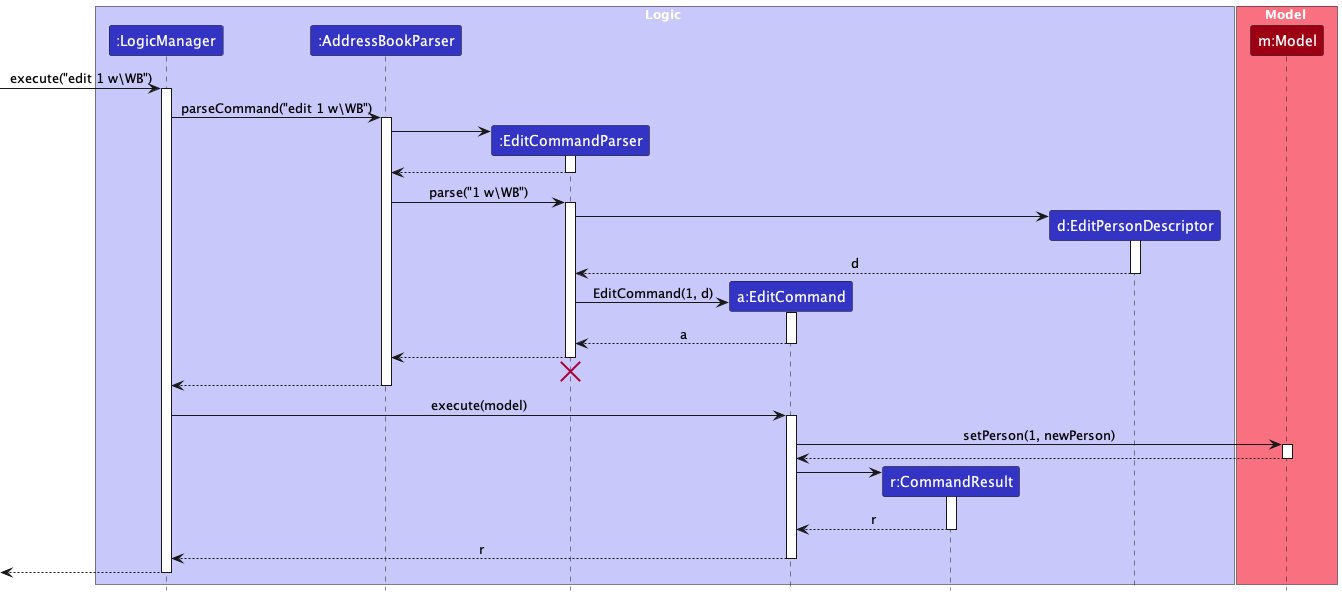
Before: docs/images/EditSequenceDiagram.png, a diagram exported from PlantUML (swtan346/tp).
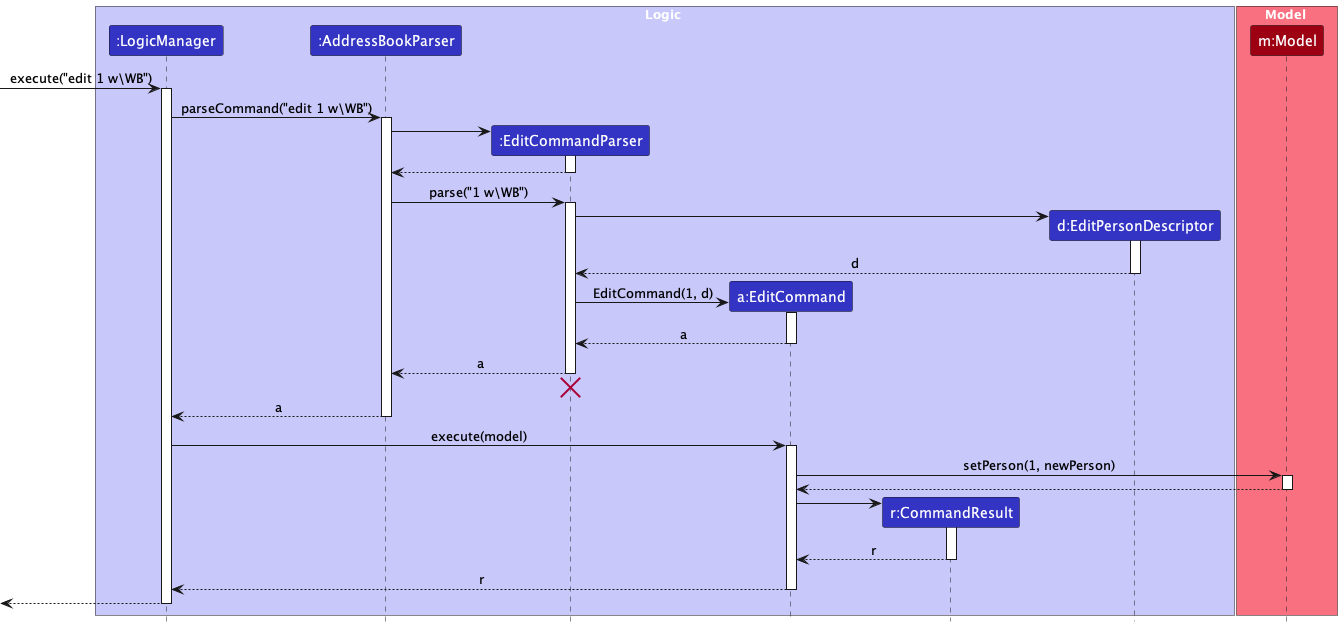
Above is the later version.

Diff of the diagram source:
```diff
@@ -42,12 +42,12 @@
 EditCommand --> EditCommandParser : a
 deactivate EditCommand
 
-EditCommandParser --> AddressBookParser
+EditCommandParser --> AddressBookParser : a
 deactivate EditCommandParser
 EditCommandParser -[hidden]-> AddressBookParser
 destroy EditCommandParser
 
-AddressBookParser --> LogicManager
+AddressBookParser --> LogicManager : a
 deactivate AddressBookParser
 
 LogicManager -> EditCommand : execute(model)
```
